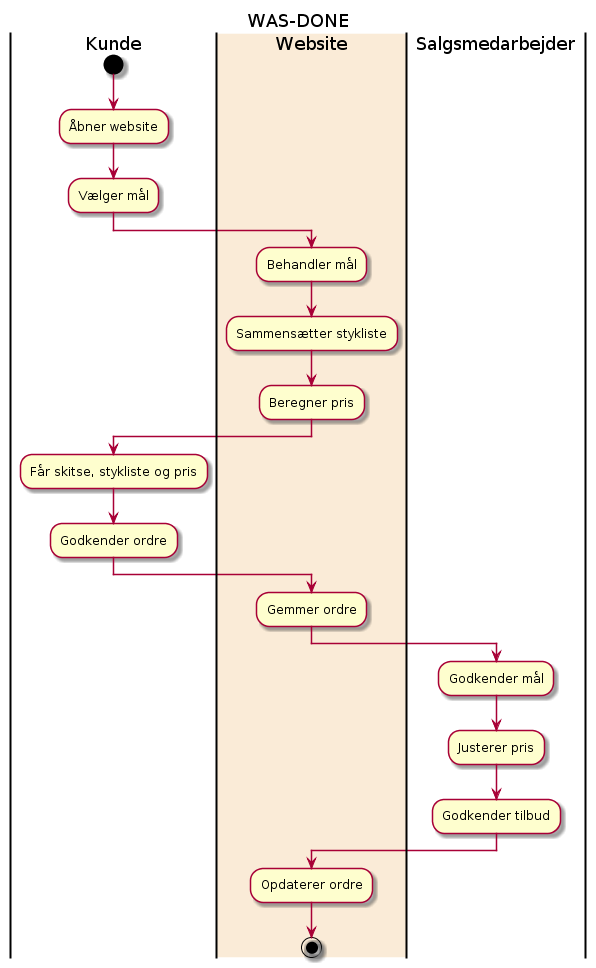
Above: WAS-DONE.png in Porselicious/FogReport (PlantUML), before the change. The source it was exported from:
```plantuml
@startuml
title WAS-DONE

|Kunde|
start
:Åbner website;
:Vælger mål;

|#AntiqueWhite|Website|

:Behandler mål;
:Sammensætter stykliste;
:Beregner pris;

|Kunde|
:Får skitse, stykliste og pris;
:Godkender ordre;

|Website|
:Gemmer ordre;

|Salgsmedarbejder|
:Godkender mål;
:Justerer pris;
:Godkender tilbud;

|Website|
:Opdaterer ordre;

stop
@enduml
```
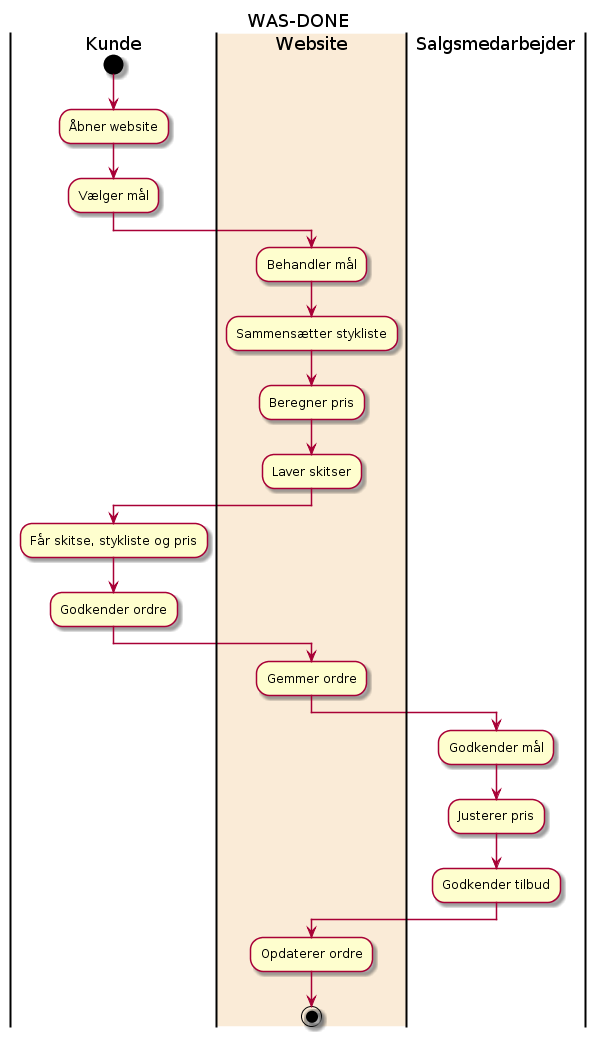
The same diagram one commit later.

Change to the diagram source:
```diff
@@ -11,6 +11,7 @@
 :Behandler mål;
 :Sammensætter stykliste;
 :Beregner pris;
+:Laver skitser;
 
 |Kunde|
 :Får skitse, stykliste og pris;
```
